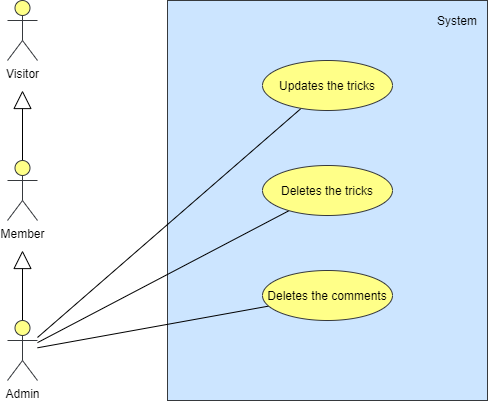
Before: uml/Back Office - Use Case Diagram.png, a diagram exported from draw.io (briandidierjean/projet6-da-php-symfony-oc). Source tidied: cells renumbered, new cells last; positions are measured from the earlier drawing's top-left corner, leaving out a move shared by most shapes.
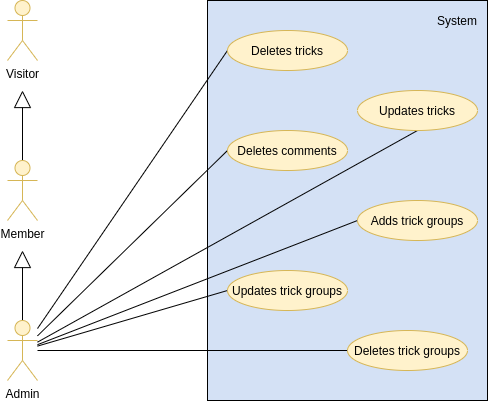
After the change.

Commit message:
docs: Update back office use cases diagram

Diff of the diagram source:
```diff
@@ -2,48 +2,66 @@
   <root>
     <mxCell id="0" />
     <mxCell id="1" parent="0" />
-    <mxCell id="2" style="rounded=0;whiteSpace=wrap;html=1;fillColor=#cce5ff;strokeColor=#36393d;" parent="1" vertex="1">
-      <mxGeometry x="160" width="320" height="400" as="geometry" />
-    </mxCell>
+    <mxCell id="15" style="rounded=0;whiteSpace=wrap;html=1;fillColor=#D4E1F5;" parent="1" vertex="1">
+      <mxGeometry x="200" width="280" height="400" as="geometry" />
+    </mxCell>
     <mxCell id="3" value="System" style="text;html=1;strokeColor=none;fillColor=none;align=center;verticalAlign=middle;whiteSpace=wrap;rounded=0;" parent="1" vertex="1">
       <mxGeometry x="430" y="10" width="40" height="20" as="geometry" />
     </mxCell>
-    <mxCell id="4" value="Visitor" style="shape=umlActor;verticalLabelPosition=bottom;verticalAlign=top;html=1;fillColor=#ffff88;strokeColor=#36393d;" parent="1" vertex="1">
+    <mxCell id="4" value="Visitor" style="shape=umlActor;verticalLabelPosition=bottom;verticalAlign=top;html=1;fillColor=#fff2cc;strokeColor=#d6b656;" parent="1" vertex="1">
       <mxGeometry width="30" height="60" as="geometry" />
     </mxCell>
-    <mxCell id="5" style="edgeStyle=none;rounded=0;jettySize=auto;html=1;endArrow=block;endFill=0;endSize=16;" parent="1" edge="1" source="6">
-      <mxGeometry x="80" y="80" as="geometry">
-        <mxPoint x="15" y="90" as="targetPoint" />
-      </mxGeometry>
-    </mxCell>
+    <mxCell id="16" style="edgeStyle=orthogonalEdgeStyle;rounded=0;jettySize=auto;html=1;endSize=15;endArrow=block;endFill=0;" parent="1" edge="1" source="6">
+      <mxGeometry relative="1" as="geometry">
+        <mxPoint x="15" y="90" as="targetPoint" />
+      </mxGeometry>
+    </mxCell>
-    <mxCell id="6" value="Member" style="shape=umlActor;verticalLabelPosition=bottom;verticalAlign=top;html=1;fillColor=#ffff88;strokeColor=#36393d;" parent="1" vertex="1">
+    <mxCell id="6" value="Member&lt;br&gt;" style="shape=umlActor;verticalLabelPosition=bottom;verticalAlign=top;html=1;fillColor=#fff2cc;strokeColor=#d6b656;" parent="1" vertex="1">
       <mxGeometry y="160" width="30" height="60" as="geometry" />
     </mxCell>
-    <mxCell id="7" style="edgeStyle=none;rounded=0;jettySize=auto;html=1;endArrow=block;endFill=0;endSize=16;" parent="1" edge="1" source="11">
-      <mxGeometry x="80" y="80" as="geometry">
-        <mxPoint x="15" y="250" as="targetPoint" />
-      </mxGeometry>
-    </mxCell>
-    <mxCell id="8" style="rounded=0;jettySize=auto;html=1;endArrow=none;endFill=0;" parent="1" edge="1" source="11" target="13">
-      <mxGeometry relative="1" as="geometry" />
-    </mxCell>
-    <mxCell id="9" style="edgeStyle=none;rounded=0;jettySize=auto;html=1;endArrow=none;endFill=0;" parent="1" edge="1" source="11" target="12">
-      <mxGeometry relative="1" as="geometry" />
-    </mxCell>
-    <mxCell id="10" style="edgeStyle=none;rounded=0;jettySize=auto;html=1;endArrow=none;endFill=0;" parent="1" edge="1" source="11" target="14">
-      <mxGeometry relative="1" as="geometry" />
-    </mxCell>
+    <mxCell id="17" style="edgeStyle=orthogonalEdgeStyle;rounded=0;jettySize=auto;html=1;endArrow=block;endFill=0;endSize=15;" parent="1" edge="1" source="11">
+      <mxGeometry relative="1" as="geometry">
+        <mxPoint x="15" y="250" as="targetPoint" />
+      </mxGeometry>
+    </mxCell>
+    <mxCell id="18" style="rounded=0;jettySize=auto;html=1;entryX=0;entryY=0.5;entryDx=0;entryDy=0;endArrow=none;endFill=0;endSize=15;" parent="1" edge="1" source="11" target="24">
+      <mxGeometry relative="1" as="geometry" />
+    </mxCell>
+    <mxCell id="19" style="edgeStyle=none;rounded=0;jettySize=auto;html=1;entryX=0.5;entryY=1;entryDx=0;entryDy=0;endArrow=none;endFill=0;endSize=15;" parent="1" edge="1" source="11" target="25">
+      <mxGeometry relative="1" as="geometry" />
+    </mxCell>
+    <mxCell id="20" style="edgeStyle=none;rounded=0;jettySize=auto;html=1;entryX=0;entryY=0.5;entryDx=0;entryDy=0;endArrow=none;endFill=0;endSize=15;" parent="1" edge="1" source="11" target="26">
+      <mxGeometry relative="1" as="geometry" />
+    </mxCell>
+    <mxCell id="21" style="edgeStyle=none;rounded=0;jettySize=auto;html=1;entryX=0;entryY=0.5;entryDx=0;entryDy=0;endArrow=none;endFill=0;endSize=15;" parent="1" edge="1" source="11" target="27">
+      <mxGeometry relative="1" as="geometry" />
+    </mxCell>
+    <mxCell id="22" style="edgeStyle=none;rounded=0;jettySize=auto;html=1;entryX=0;entryY=0.5;entryDx=0;entryDy=0;endArrow=none;endFill=0;endSize=15;" parent="1" edge="1" source="11" target="28">
+      <mxGeometry relative="1" as="geometry" />
+    </mxCell>
+    <mxCell id="23" style="edgeStyle=none;rounded=0;jettySize=auto;html=1;entryX=0;entryY=0.5;entryDx=0;entryDy=0;endArrow=none;endFill=0;endSize=15;" parent="1" edge="1" source="11" target="29">
+      <mxGeometry relative="1" as="geometry" />
+    </mxCell>
-    <mxCell id="11" value="Admin" style="shape=umlActor;verticalLabelPosition=bottom;verticalAlign=top;html=1;fillColor=#ffff88;strokeColor=#36393d;" parent="1" vertex="1">
+    <mxCell id="11" value="Admin" style="shape=umlActor;verticalLabelPosition=bottom;verticalAlign=top;html=1;fillColor=#fff2cc;strokeColor=#d6b656;" parent="1" vertex="1">
       <mxGeometry y="320" width="30" height="60" as="geometry" />
     </mxCell>
-    <mxCell id="12" value="Deletes the tricks" style="ellipse;whiteSpace=wrap;html=1;fillColor=#ffff88;strokeColor=#36393d;" parent="1" vertex="1">
-      <mxGeometry x="255" y="165" width="130" height="50" as="geometry" />
-    </mxCell>
-    <mxCell id="13" value="Updates the tricks" style="ellipse;whiteSpace=wrap;html=1;fillColor=#ffff88;strokeColor=#36393d;" parent="1" vertex="1">
-      <mxGeometry x="255" y="60" width="130" height="50" as="geometry" />
-    </mxCell>
-    <mxCell id="14" value="Deletes the comments" style="ellipse;whiteSpace=wrap;html=1;fillColor=#ffff88;strokeColor=#36393d;" parent="1" vertex="1">
-      <mxGeometry x="255" y="270" width="130" height="50" as="geometry" />
-    </mxCell>
+    <mxCell id="24" value="Deletes tricks" style="ellipse;whiteSpace=wrap;html=1;strokeColor=#d6b656;fillColor=#fff2cc;" parent="1" vertex="1">
+      <mxGeometry x="220" y="30" width="120" height="40" as="geometry" />
+    </mxCell>
+    <mxCell id="25" value="Updates tricks" style="ellipse;whiteSpace=wrap;html=1;strokeColor=#d6b656;fillColor=#fff2cc;" parent="1" vertex="1">
+      <mxGeometry x="350" y="90" width="120" height="40" as="geometry" />
+    </mxCell>
+    <mxCell id="26" value="Deletes comments" style="ellipse;whiteSpace=wrap;html=1;strokeColor=#d6b656;fillColor=#fff2cc;" parent="1" vertex="1">
+      <mxGeometry x="220" y="130" width="120" height="40" as="geometry" />
+    </mxCell>
+    <mxCell id="27" value="Adds trick groups" style="ellipse;whiteSpace=wrap;html=1;strokeColor=#d6b656;fillColor=#fff2cc;" parent="1" vertex="1">
+      <mxGeometry x="350" y="200" width="120" height="40" as="geometry" />
+    </mxCell>
+    <mxCell id="28" value="Updates trick groups" style="ellipse;whiteSpace=wrap;html=1;strokeColor=#d6b656;fillColor=#fff2cc;" parent="1" vertex="1">
+      <mxGeometry x="220" y="270" width="120" height="40" as="geometry" />
+    </mxCell>
+    <mxCell id="29" value="Deletes trick groups" style="ellipse;whiteSpace=wrap;html=1;strokeColor=#d6b656;fillColor=#fff2cc;" parent="1" vertex="1">
+      <mxGeometry x="340" y="330" width="120" height="40" as="geometry" />
+    </mxCell>
   </root>
 </mxGraphModel>
```
